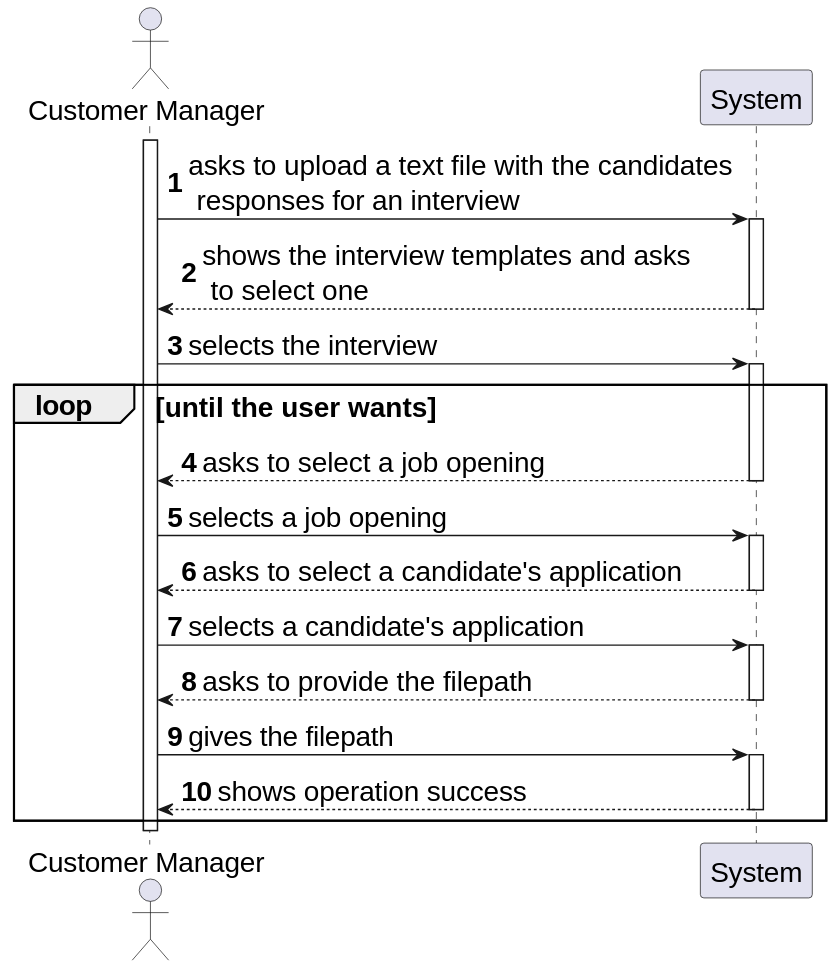
The PlantUML diagram docs/sprint-c/us_1017/SSD/US1017_SSD.svg in rita-barbosa/LAPR4-2324, before a commit.
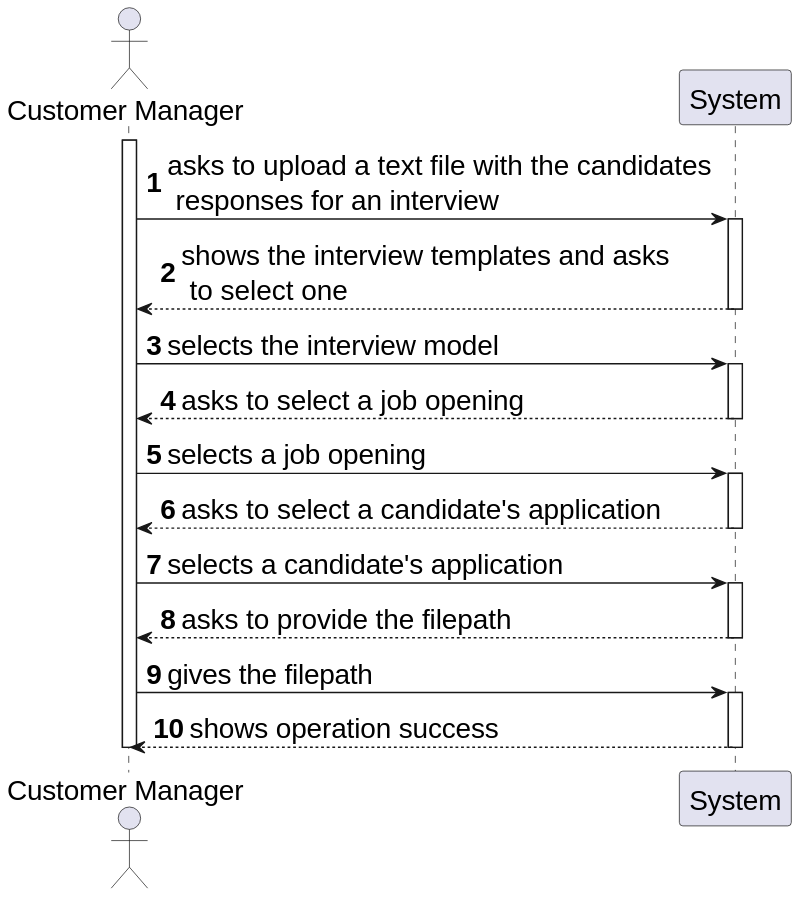
After the commit.

Commit message:
docs: updates system sequence diagram of us1017.

[#239]

Diff of the diagram source:
```diff
@@ -12,10 +12,9 @@
 SYS --> USER : shows the interview templates and asks\n to select one
 deactivate SYS
 
-USER -> SYS : selects the interview
+USER -> SYS : selects the interview model
 activate SYS
 
-loop until the user wants
 
 SYS --> USER : asks to select a job opening
 deactivate SYS
@@ -35,7 +34,6 @@
 SYS --> USER : shows operation success
 deactivate SYS
 
-end loop
 
 deactivate USER
 @enduml
```
